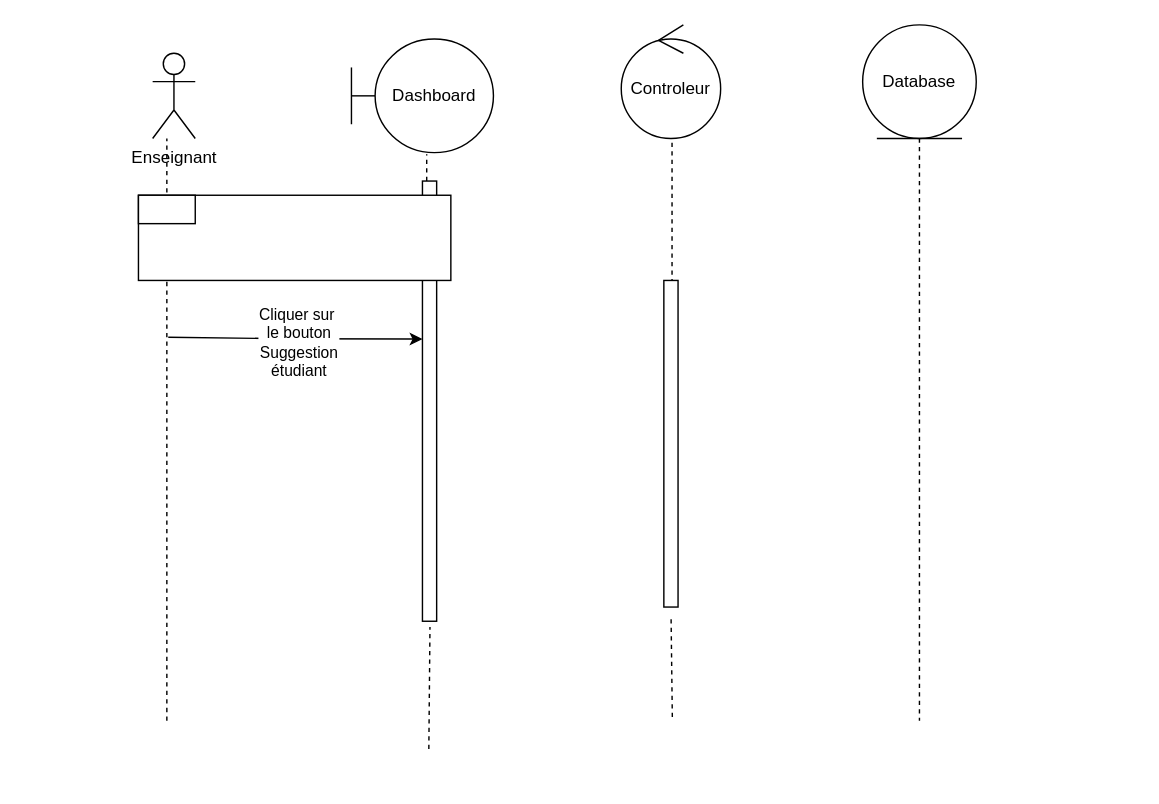
Before: diagrams/SeqDiagConsulterThème.drawio in stormsidali2001/PFE_third_year_school_project_front, a draw.io diagram. Source tidied: cells renumbered, new cells numbered last; positions are measured from the earlier drawing's top-left corner, leaving out a move shared by most shapes. Both pictures are drawn from the tidied source at 142%, with x=0, y=0 at pixel (138, 24).
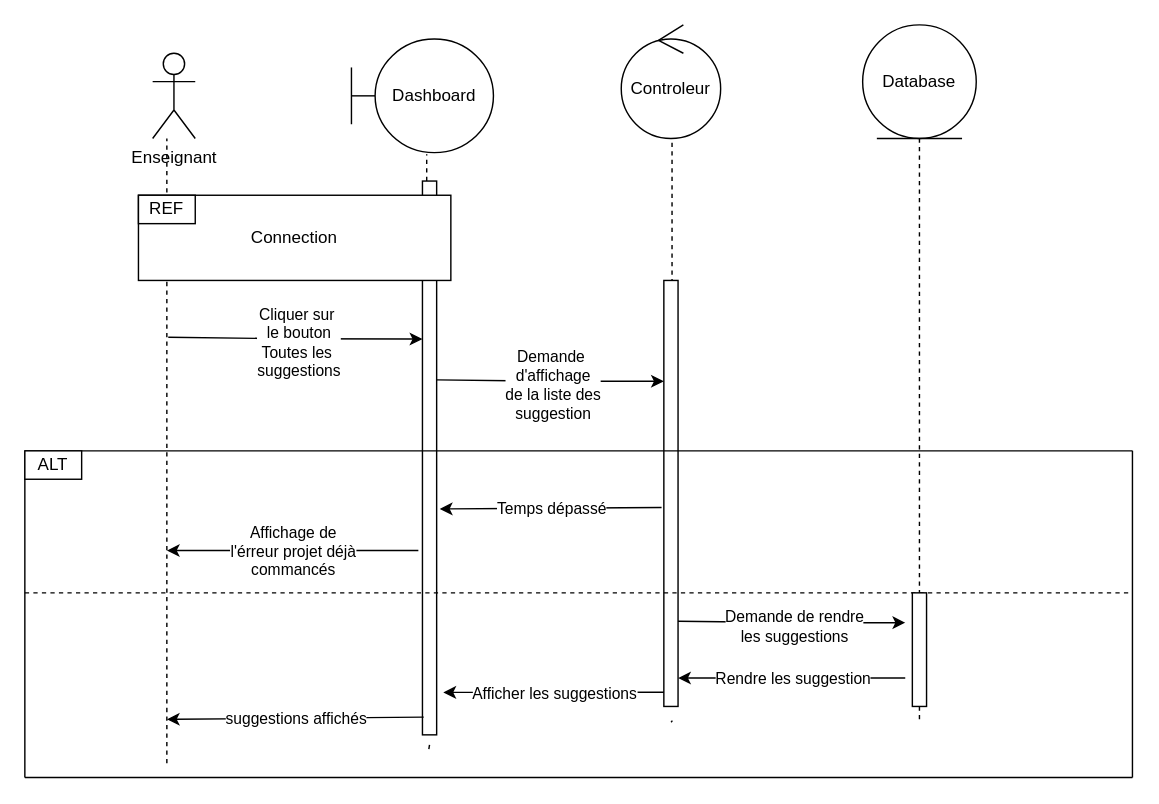
After the change.

The change refers to these unchanged cells:
```xml
<mxCell id="3" value="Database" style="ellipse;shape=umlEntity;whiteSpace=wrap;html=1;" parent="1" vertex="1">
  <mxGeometry x="510" width="80" height="80" as="geometry" />
</mxCell>
<mxCell id="9" style="endArrow=classic;html=1;rounded=0;entryX=-0.05;entryY=0.571;entryDx=0;entryDy=0;entryPerimeter=0;" parent="1" edge="1">
  <mxGeometry relative="1" as="geometry">
    <mxPoint x="21" y="220" as="sourcePoint" />
    <mxPoint x="200" y="221.3" as="targetPoint" />
    <Array as="points">
      <mxPoint x="101" y="221" />
    </Array>
  </mxGeometry>
</mxCell>
```

Diff of the diagram source:
```diff
@@
-    <mxCell id="7" style="endArrow=none;dashed=1;html=1;rounded=0;exitX=0.5;exitY=1;exitDx=0;exitDy=0;" parent="1" edge="1" source="3">
+    <mxCell id="7" style="endArrow=none;dashed=1;html=1;rounded=0;exitX=0.5;exitY=1;exitDx=0;exitDy=0;startArrow=none;" parent="1" edge="1" source="32">
       <mxGeometry relative="1" as="geometry">
         <mxPoint x="550" y="490" as="targetPoint" />
       </mxGeometry>
     </mxCell>
     <mxCell id="8" style="endArrow=none;dashed=1;html=1;rounded=0;" parent="1" edge="1">
       <mxGeometry relative="1" as="geometry">
-        <mxPoint x="20" y="490" as="sourcePoint" />
+        <mxPoint x="20" y="520" as="sourcePoint" />
         <mxPoint x="20" y="80" as="targetPoint" />
       </mxGeometry>
     </mxCell>
@@
-    <mxCell id="10" value="Cliquer sur&amp;nbsp;&lt;br&gt;le bouton&lt;br&gt;Suggestion&lt;br&gt;étudiant" style="edgeLabel;html=1;align=center;verticalAlign=middle;" parent="9" vertex="1">
+    <mxCell id="10" value="Cliquer sur&amp;nbsp;&lt;br&gt;le bouton&lt;br&gt;Toutes les&amp;nbsp;&lt;br&gt;suggestions" style="edgeLabel;html=1;align=center;verticalAlign=middle;" parent="9" vertex="1">
       <mxGeometry x="0.03" y="-2" relative="1" as="geometry" />
     </mxCell>
     <mxCell id="11" style="html=1;points=[];perimeter=orthogonalPerimeter;" parent="1" vertex="1">
-      <mxGeometry x="370" y="180" width="10" height="230" as="geometry" />
+      <mxGeometry x="370" y="180" width="10" height="300" as="geometry" />
     </mxCell>
@@
     <mxCell id="14" style="html=1;points=[];perimeter=orthogonalPerimeter;" parent="1" vertex="1">
-      <mxGeometry x="200" y="110" width="10" height="310" as="geometry" />
+      <mxGeometry x="200" y="110" width="10" height="390" as="geometry" />
     </mxCell>
@@
-    <mxCell id="16" style="rounded=0;whiteSpace=wrap;html=1;" parent="1" vertex="1">
+    <mxCell id="16" value="Connection" style="rounded=0;whiteSpace=wrap;html=1;" parent="1" vertex="1">
       <mxGeometry y="120" width="220" height="60" as="geometry" />
     </mxCell>
-    <mxCell id="17" style="rounded=0;whiteSpace=wrap;html=1;" parent="1" vertex="1">
+    <mxCell id="17" value="REF" style="rounded=0;whiteSpace=wrap;html=1;" parent="1" vertex="1">
       <mxGeometry y="120" width="40" height="20" as="geometry" />
     </mxCell>
+    <mxCell id="18" style="endArrow=classic;html=1;rounded=0;" parent="1" edge="1">
+      <mxGeometry relative="1" as="geometry">
+        <mxPoint x="210" y="250" as="sourcePoint" />
+        <mxPoint x="370" y="251" as="targetPoint" />
+        <Array as="points">
+          <mxPoint x="290" y="251" />
+        </Array>
+      </mxGeometry>
+    </mxCell>
+    <mxCell id="19" value="Demande&amp;nbsp;&lt;br&gt;d'affichage&lt;br&gt;de la liste des&lt;br&gt;suggestion" style="edgeLabel;html=1;align=center;verticalAlign=middle;" parent="18" vertex="1">
+      <mxGeometry x="0.03" y="-2" relative="1" as="geometry" />
+    </mxCell>
+    <mxCell id="20" style="endArrow=none;html=1;rounded=0;" parent="1" edge="1">
+      <mxGeometry relative="1" as="geometry">
+        <mxPoint x="-80" y="300" as="sourcePoint" />
+        <mxPoint x="700" y="300" as="targetPoint" />
+      </mxGeometry>
+    </mxCell>
+    <mxCell id="21" style="endArrow=none;html=1;rounded=0;" parent="1" edge="1">
+      <mxGeometry relative="1" as="geometry">
+        <mxPoint x="-80" y="530" as="sourcePoint" />
+        <mxPoint x="-80" y="300" as="targetPoint" />
+      </mxGeometry>
+    </mxCell>
+    <mxCell id="22" style="endArrow=none;html=1;rounded=0;" parent="1" edge="1">
+      <mxGeometry relative="1" as="geometry">
+        <mxPoint x="-80" y="530" as="sourcePoint" />
+        <mxPoint x="700" y="530" as="targetPoint" />
+      </mxGeometry>
+    </mxCell>
+    <mxCell id="23" style="endArrow=none;html=1;rounded=0;" parent="1" edge="1">
+      <mxGeometry relative="1" as="geometry">
+        <mxPoint x="700" y="530" as="sourcePoint" />
+        <mxPoint x="700" y="300" as="targetPoint" />
+      </mxGeometry>
+    </mxCell>
+    <mxCell id="24" style="endArrow=none;dashed=1;html=1;rounded=0;" parent="1" edge="1">
+      <mxGeometry relative="1" as="geometry">
+        <mxPoint x="-80" y="400" as="sourcePoint" />
+        <mxPoint x="700" y="400" as="targetPoint" />
+      </mxGeometry>
+    </mxCell>
+    <mxCell id="25" value="ALT" style="rounded=0;whiteSpace=wrap;html=1;" parent="1" vertex="1">
+      <mxGeometry x="-80" y="300" width="40" height="20" as="geometry" />
+    </mxCell>
+    <mxCell id="26" style="endArrow=classic;html=1;rounded=0;exitX=-0.159;exitY=0.533;exitDx=0;exitDy=0;exitPerimeter=0;entryX=1.218;entryY=0.592;entryDx=0;entryDy=0;entryPerimeter=0;" parent="1" edge="1" source="11" target="14">
+      <mxGeometry relative="1" as="geometry" />
+    </mxCell>
+    <mxCell id="27" value="Temps dépassé" style="edgeLabel;html=1;align=center;verticalAlign=middle;" parent="26" vertex="1">
+      <mxGeometry relative="1" as="geometry" />
+    </mxCell>
+    <mxCell id="28" style="endArrow=classic;html=1;rounded=0;exitX=-0.288;exitY=0.667;exitDx=0;exitDy=0;exitPerimeter=0;entryX=1.312;entryY=0.742;entryDx=0;entryDy=0;entryPerimeter=0;" parent="1" edge="1" source="14">
+      <mxGeometry relative="1" as="geometry">
+        <mxPoint x="20" y="370.2" as="targetPoint" />
+      </mxGeometry>
+    </mxCell>
+    <mxCell id="29" value="Affichage de&lt;br&gt;l'érreur projet déjà&lt;br&gt;commancés" style="edgeLabel;html=1;align=center;verticalAlign=middle;" parent="28" vertex="1">
+      <mxGeometry relative="1" as="geometry" />
+    </mxCell>
+    <mxCell id="30" style="endArrow=classic;html=1;rounded=0;" parent="1" edge="1">
+      <mxGeometry relative="1" as="geometry">
+        <mxPoint x="380" y="420" as="sourcePoint" />
+        <mxPoint x="540" y="421" as="targetPoint" />
+        <Array as="points">
+          <mxPoint x="460" y="421" />
+        </Array>
+      </mxGeometry>
+    </mxCell>
+    <mxCell id="31" value="Demande de rendre&lt;br&gt;les suggestions" style="edgeLabel;html=1;align=center;verticalAlign=middle;" parent="30" vertex="1">
+      <mxGeometry x="0.03" y="-2" relative="1" as="geometry" />
+    </mxCell>
+    <mxCell id="32" style="html=1;points=[];perimeter=orthogonalPerimeter;" parent="1" vertex="1">
+      <mxGeometry x="545" y="400" width="10" height="80" as="geometry" />
+    </mxCell>
+    <mxCell id="33" style="endArrow=none;dashed=1;html=1;rounded=0;exitX=0.5;exitY=1;exitDx=0;exitDy=0;" parent="1" edge="1" source="3" target="32">
+      <mxGeometry relative="1" as="geometry" />
+    </mxCell>
+    <mxCell id="34" style="endArrow=classic;html=1;rounded=0;" parent="1" edge="1">
+      <mxGeometry relative="1" as="geometry">
+        <mxPoint x="540" y="460" as="sourcePoint" />
+        <mxPoint x="380" y="460" as="targetPoint" />
+      </mxGeometry>
+    </mxCell>
+    <mxCell id="35" value="Rendre les suggestion" style="edgeLabel;html=1;align=center;verticalAlign=middle;" parent="34" vertex="1">
+      <mxGeometry relative="1" as="geometry" />
+    </mxCell>
+    <mxCell id="36" style="endArrow=classic;html=1;rounded=0;exitX=-0.159;exitY=0.533;exitDx=0;exitDy=0;exitPerimeter=0;entryX=1.312;entryY=0.742;entryDx=0;entryDy=0;entryPerimeter=0;" parent="1" edge="1">
+      <mxGeometry relative="1" as="geometry">
+        <mxPoint x="370" y="470" as="sourcePoint" />
+        <mxPoint x="214.7" y="470.1" as="targetPoint" />
+      </mxGeometry>
+    </mxCell>
+    <mxCell id="37" value="Afficher les suggestions" style="edgeLabel;html=1;align=center;verticalAlign=middle;" parent="36" vertex="1">
+      <mxGeometry relative="1" as="geometry" />
+    </mxCell>
+    <mxCell id="38" style="endArrow=classic;html=1;rounded=0;exitX=0.088;exitY=0.968;exitDx=0;exitDy=0;exitPerimeter=0;entryX=1.312;entryY=0.742;entryDx=0;entryDy=0;entryPerimeter=0;" parent="1" edge="1" source="14">
+      <mxGeometry relative="1" as="geometry">
+        <mxPoint x="20" y="489.1" as="targetPoint" />
+      </mxGeometry>
+    </mxCell>
+    <mxCell id="39" value="suggestions affichés" style="edgeLabel;html=1;align=center;verticalAlign=middle;" parent="38" vertex="1">
+      <mxGeometry relative="1" as="geometry" />
+    </mxCell>
```
